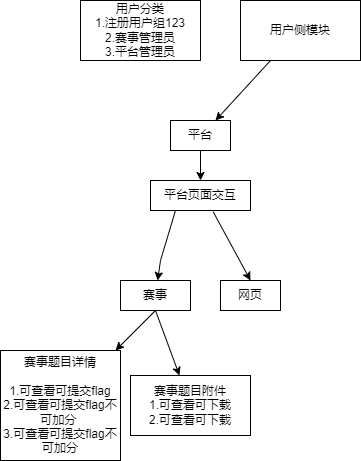
Before: drawini/draw-user.png, a diagram exported from draw.io (DWDSec/fusu). Source tidied: cells renumbered, new cells last; positions are measured from the earlier drawing's top-left corner, leaving out a move shared by most shapes.
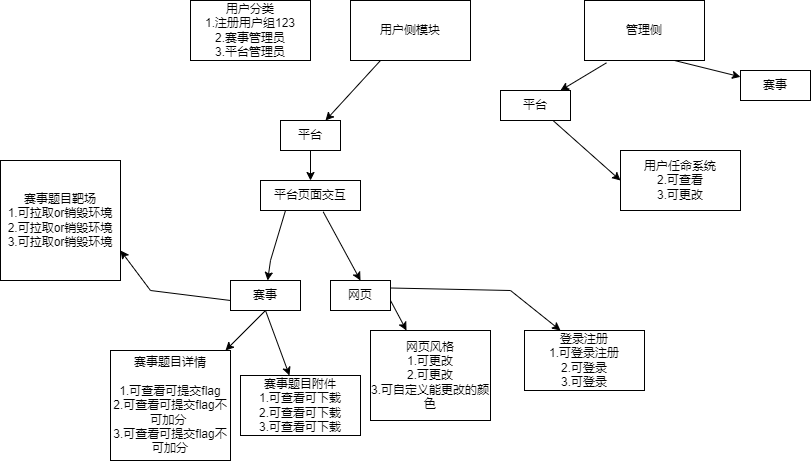
Above is the later version.

Diff of the diagram source:
```diff
@@ -47,8 +47,63 @@
     <mxCell id="14" style="endArrow=classic;html=1;rounded=0;exitX=0.5;exitY=1;exitDx=0;exitDy=0;" parent="1" edge="1" source="9" target="15">
       <mxGeometry relative="1" as="geometry" />
     </mxCell>
-    <mxCell id="15" value="赛事题目附件&lt;br&gt;1.可查看可下载&lt;br&gt;2.可查看可下载" style="rounded=0;whiteSpace=wrap;html=1;" parent="1" vertex="1">
+    <mxCell id="15" value="赛事题目附件&lt;br&gt;1.可查看可下载&lt;br&gt;2.可查看可下载&lt;br&gt;3.可查看可下载" style="rounded=0;whiteSpace=wrap;html=1;" parent="1" vertex="1">
       <mxGeometry x="130" y="375" width="120" height="60" as="geometry" />
     </mxCell>
+    <mxCell id="16" style="endArrow=classic;html=1;rounded=0;" parent="1" edge="1">
+      <mxGeometry relative="1" as="geometry">
+        <mxPoint x="120" y="300" as="sourcePoint" />
+        <mxPoint x="10" y="250" as="targetPoint" />
+        <Array as="points">
+          <mxPoint x="120" y="300" />
+          <mxPoint x="40" y="290" />
+        </Array>
+      </mxGeometry>
+    </mxCell>
+    <mxCell id="17" value="赛事题目靶场&lt;br&gt;1.可拉取or销毁环境&lt;br&gt;2.可拉取or销毁环境&lt;br&gt;3.可拉取or销毁环境" style="rounded=0;whiteSpace=wrap;html=1;" parent="1" vertex="1">
+      <mxGeometry x="-110" y="160" width="120" height="120" as="geometry" />
+    </mxCell>
+    <mxCell id="18" style="endArrow=classic;html=1;rounded=0;" parent="1" edge="1" target="19">
+      <mxGeometry relative="1" as="geometry">
+        <mxPoint x="280" y="300" as="sourcePoint" />
+      </mxGeometry>
+    </mxCell>
+    <mxCell id="19" value="网页风格&lt;br&gt;1.可更改&lt;br&gt;2.可更改&lt;br&gt;3.可自定义能更改的颜色" style="rounded=0;whiteSpace=wrap;html=1;" parent="1" vertex="1">
+      <mxGeometry x="260" y="330" width="120" height="90" as="geometry" />
+    </mxCell>
+    <mxCell id="20" style="endArrow=classic;html=1;rounded=0;exitX=1;exitY=0.25;exitDx=0;exitDy=0;" parent="1" edge="1" source="10">
+      <mxGeometry relative="1" as="geometry">
+        <mxPoint x="450" y="330" as="targetPoint" />
+        <Array as="points">
+          <mxPoint x="400" y="290" />
+        </Array>
+      </mxGeometry>
+    </mxCell>
+    <mxCell id="21" value="登录注册&lt;br&gt;1.可登录注册&lt;br&gt;2.可登录&lt;br&gt;3.可登录" style="rounded=0;whiteSpace=wrap;html=1;" parent="1" vertex="1">
+      <mxGeometry x="414" y="330" width="120" height="60" as="geometry" />
+    </mxCell>
+    <mxCell id="22" value="管理侧" style="rounded=0;whiteSpace=wrap;html=1;" parent="1" vertex="1">
+      <mxGeometry x="474" width="120" height="60" as="geometry" />
+    </mxCell>
+    <mxCell id="23" style="endArrow=classic;html=1;rounded=0;exitX=0.183;exitY=1.039;exitDx=0;exitDy=0;exitPerimeter=0;" parent="1" edge="1" source="22" target="26">
+      <mxGeometry relative="1" as="geometry" />
+    </mxCell>
+    <mxCell id="24" style="endArrow=classic;html=1;rounded=0;exitX=0.75;exitY=1;exitDx=0;exitDy=0;" parent="1" edge="1" source="22" target="25">
+      <mxGeometry relative="1" as="geometry" />
+    </mxCell>
+    <mxCell id="25" value="赛事" style="rounded=0;whiteSpace=wrap;html=1;" parent="1" vertex="1">
+      <mxGeometry x="630" y="70" width="70" height="30" as="geometry" />
+    </mxCell>
+    <mxCell id="26" value="平台" style="rounded=0;whiteSpace=wrap;html=1;" parent="1" vertex="1">
+      <mxGeometry x="390" y="90" width="70" height="30" as="geometry" />
+    </mxCell>
+    <mxCell id="27" style="endArrow=classic;html=1;rounded=0;exitX=0.75;exitY=1;exitDx=0;exitDy=0;" parent="1" edge="1" source="26">
+      <mxGeometry relative="1" as="geometry">
+        <mxPoint x="510" y="180" as="targetPoint" />
+      </mxGeometry>
+    </mxCell>
+    <mxCell id="28" value="用户任命系统&lt;br&gt;2.可查看&lt;br&gt;3.可更改" style="rounded=0;whiteSpace=wrap;html=1;" parent="1" vertex="1">
+      <mxGeometry x="510" y="150" width="120" height="60" as="geometry" />
+    </mxCell>
   </root>
 </mxGraphModel>
```
